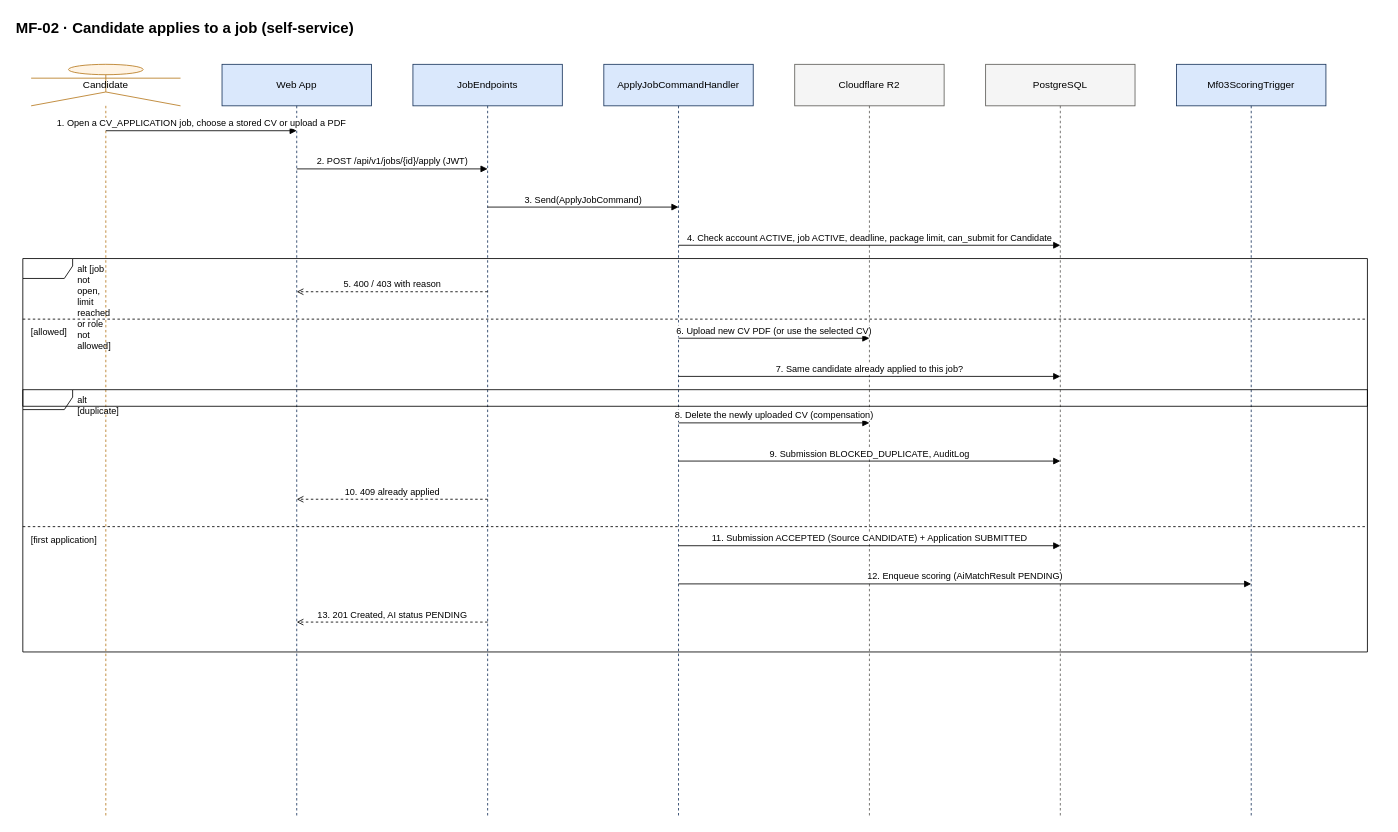
The draw.io diagram docs/diagrams/sequences/source/seq-mf02-candidate-apply.drawio in hoangqui794/hr-connect, before the edit. Source tidied: cells renumbered, new cells numbered last; positions are measured from the earlier drawing's top-left corner, leaving out a move shared by most shapes. Both pictures are drawn from the tidied source at 83%, with x=0, y=0 at pixel (14, 14).
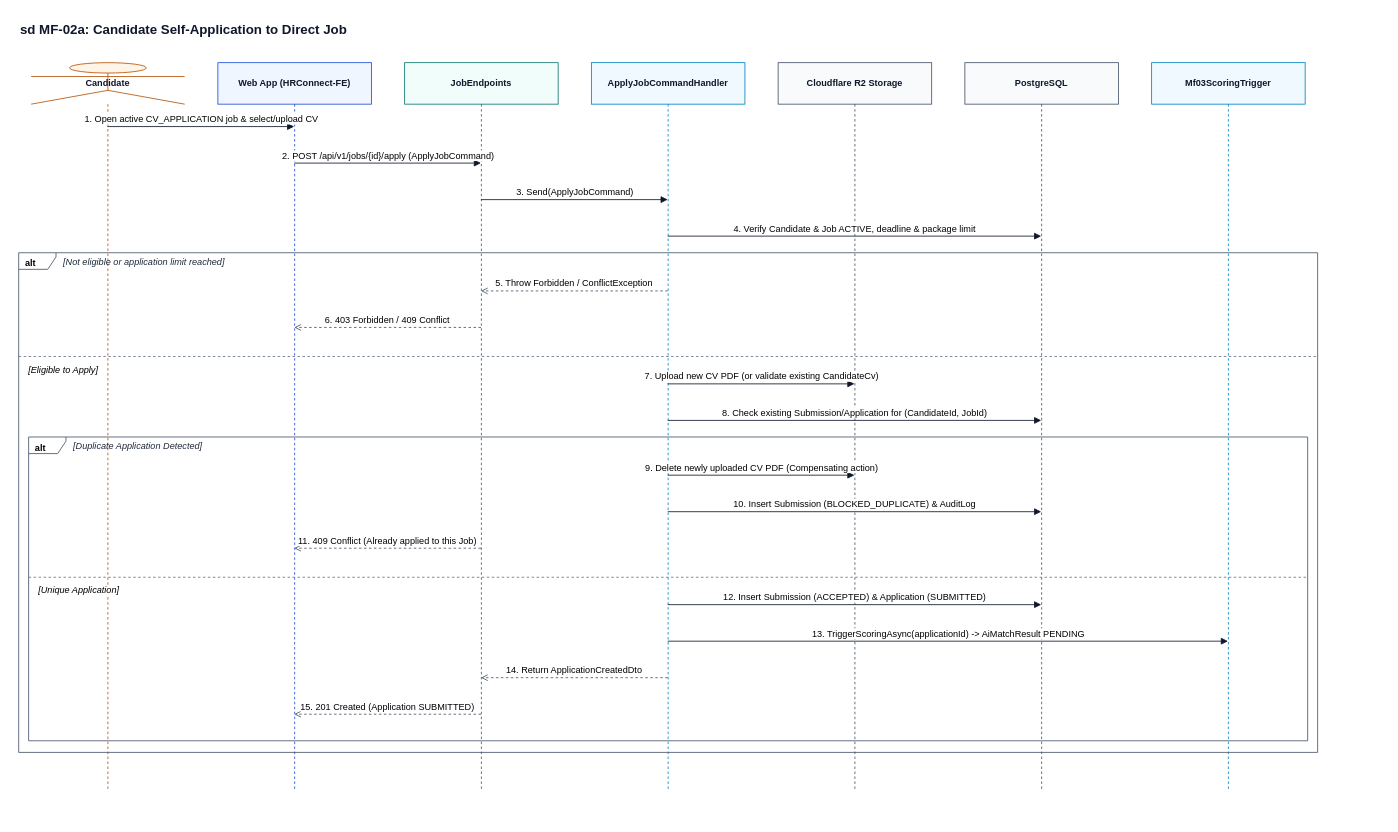
The same page after the edit.

What changed in the source:
```diff
@@
-    <mxCell id="2" value="MF-02 · Candidate applies to a job (self-service)" style="text;html=1;fontSize=18;fontStyle=1;align=left;" parent="1" vertex="1">
-      <mxGeometry width="1650" height="30" as="geometry" />
+    <mxCell id="2" value="sd MF-02a: Candidate Self-Application to Direct Job" style="text;html=1;fontSize=16;fontStyle=1;align=left;fontFamily=Helvetica;fontColor=#0F172A;" parent="1" vertex="1">
+      <mxGeometry x="5" y="2" width="1575" height="28" as="geometry" />
     </mxCell>
-    <mxCell id="3" value="Candidate" style="shape=umlLifeline;participant=umlActor;perimeter=lifelinePerimeter;whiteSpace=wrap;html=1;size=50;fillColor=#FFF4E5;strokeColor=#B7791F;" parent="1" vertex="1">
-      <mxGeometry x="20" y="60" width="180" height="908" as="geometry" />
+    <mxCell id="3" value="Candidate" style="shape=umlLifeline;participant=umlActor;perimeter=lifelinePerimeter;whiteSpace=wrap;html=1;size=50;fillColor=#FFF4E5;strokeColor=#B45309;fontStyle=1;fontSize=11;fontFamily=Helvetica;fontColor=#0F172A;" parent="1" vertex="1">
+      <mxGeometry x="20" y="58" width="185" height="877" as="geometry" />
     </mxCell>
-    <mxCell id="4" value="Web App" style="shape=umlLifeline;perimeter=lifelinePerimeter;whiteSpace=wrap;html=1;size=50;fillColor=#DAE8FC;strokeColor=#1B365D;" parent="1" vertex="1">
-      <mxGeometry x="250" y="60" width="180" height="908" as="geometry" />
+    <mxCell id="4" value="Web App (HRConnect-FE)" style="shape=umlLifeline;perimeter=lifelinePerimeter;whiteSpace=wrap;html=1;size=50;fillColor=#EFF6FF;strokeColor=#1D4ED8;fontStyle=1;fontSize=11;fontFamily=Helvetica;fontColor=#0F172A;" parent="1" vertex="1">
+      <mxGeometry x="245" y="58" width="185" height="877" as="geometry" />
     </mxCell>
-    <mxCell id="5" value="JobEndpoints" style="shape=umlLifeline;perimeter=lifelinePerimeter;whiteSpace=wrap;html=1;size=50;fillColor=#DAE8FC;strokeColor=#1B365D;" parent="1" vertex="1">
-      <mxGeometry x="480" y="60" width="180" height="908" as="geometry" />
+    <mxCell id="5" value="JobEndpoints" style="shape=umlLifeline;perimeter=lifelinePerimeter;whiteSpace=wrap;html=1;size=50;fillColor=#F0FDFA;strokeColor=#0F766E;fontStyle=1;fontSize=11;fontFamily=Helvetica;fontColor=#0F172A;" parent="1" vertex="1">
+      <mxGeometry x="470" y="58" width="185" height="877" as="geometry" />
     </mxCell>
-    <mxCell id="6" value="ApplyJobCommandHandler" style="shape=umlLifeline;perimeter=lifelinePerimeter;whiteSpace=wrap;html=1;size=50;fillColor=#DAE8FC;strokeColor=#1B365D;" parent="1" vertex="1">
-      <mxGeometry x="710" y="60" width="180" height="908" as="geometry" />
+    <mxCell id="6" value="ApplyJobCommandHandler" style="shape=umlLifeline;perimeter=lifelinePerimeter;whiteSpace=wrap;html=1;size=50;fillColor=#F0F9FF;strokeColor=#0284C7;fontStyle=1;fontSize=11;fontFamily=Helvetica;fontColor=#0F172A;" parent="1" vertex="1">
+      <mxGeometry x="695" y="58" width="185" height="877" as="geometry" />
     </mxCell>
-    <mxCell id="7" value="Cloudflare R2" style="shape=umlLifeline;perimeter=lifelinePerimeter;whiteSpace=wrap;html=1;size=50;fillColor=#F5F5F5;strokeColor=#5F5E5A;" parent="1" vertex="1">
-      <mxGeometry x="940" y="60" width="180" height="908" as="geometry" />
+    <mxCell id="7" value="Cloudflare R2 Storage" style="shape=umlLifeline;perimeter=lifelinePerimeter;whiteSpace=wrap;html=1;size=50;fillColor=#F8FAFC;strokeColor=#475569;fontStyle=1;fontSize=11;fontFamily=Helvetica;fontColor=#0F172A;" parent="1" vertex="1">
+      <mxGeometry x="920" y="58" width="185" height="877" as="geometry" />
     </mxCell>
-    <mxCell id="8" value="PostgreSQL" style="shape=umlLifeline;perimeter=lifelinePerimeter;whiteSpace=wrap;html=1;size=50;fillColor=#F5F5F5;strokeColor=#5F5E5A;" parent="1" vertex="1">
-      <mxGeometry x="1170" y="60" width="180" height="908" as="geometry" />
+    <mxCell id="8" value="PostgreSQL" style="shape=umlLifeline;perimeter=lifelinePerimeter;whiteSpace=wrap;html=1;size=50;fillColor=#F8FAFC;strokeColor=#475569;fontStyle=1;fontSize=11;fontFamily=Helvetica;fontColor=#0F172A;" parent="1" vertex="1">
+      <mxGeometry x="1145" y="58" width="185" height="877" as="geometry" />
     </mxCell>
-    <mxCell id="9" value="Mf03ScoringTrigger" style="shape=umlLifeline;perimeter=lifelinePerimeter;whiteSpace=wrap;html=1;size=50;fillColor=#DAE8FC;strokeColor=#1B365D;" parent="1" vertex="1">
-      <mxGeometry x="1400" y="60" width="180" height="908" as="geometry" />
+    <mxCell id="9" value="Mf03ScoringTrigger" style="shape=umlLifeline;perimeter=lifelinePerimeter;whiteSpace=wrap;html=1;size=50;fillColor=#F0F9FF;strokeColor=#0284C7;fontStyle=1;fontSize=11;fontFamily=Helvetica;fontColor=#0F172A;" parent="1" vertex="1">
+      <mxGeometry x="1370" y="58" width="185" height="877" as="geometry" />
     </mxCell>
-    <mxCell id="10" value="1. Open a CV_APPLICATION job, choose a stored CV or upload a PDF" style="html=1;verticalAlign=bottom;endArrow=block;endFill=1;fontSize=11;labelBackgroundColor=#FFFFFF;" parent="1" edge="1">
-      <mxGeometry relative="1" as="geometry">
-        <mxPoint x="110" y="140" as="sourcePoint" />
-        <mxPoint x="340" y="140" as="targetPoint" />
-      </mxGeometry>
-    </mxCell>
-    <mxCell id="11" value="2. POST /api/v1/jobs/{id}/apply (JWT)" style="html=1;verticalAlign=bottom;endArrow=block;endFill=1;fontSize=11;labelBackgroundColor=#FFFFFF;" parent="1" edge="1">
-      <mxGeometry relative="1" as="geometry">
-        <mxPoint x="340" y="186" as="sourcePoint" />
-        <mxPoint x="570" y="186" as="targetPoint" />
-      </mxGeometry>
-    </mxCell>
+    <mxCell id="27" value="alt" style="shape=umlFrame;whiteSpace=wrap;html=1;width=45;height=20;boundedLbl=1;verticalAlign=top;align=left;spacingLeft=6;fontStyle=1;fontSize=11;fontFamily=Helvetica;fillColor=none;strokeColor=#475569;" parent="1" vertex="1">
+      <mxGeometry x="5" y="287" width="1565" height="602" as="geometry" />
+    </mxCell>
+    <mxCell id="28" value="[Not eligible or application limit reached]" style="text;html=1;align=left;verticalAlign=middle;fontStyle=2;fontSize=11;fontFamily=Helvetica;fontColor=#1E293B;" parent="1" vertex="1">
+      <mxGeometry x="57" y="288" width="450" height="20" as="geometry" />
+    </mxCell>
+    <mxCell id="29" value="[Eligible to Apply]" style="line;strokeWidth=1;dashed=1;html=1;align=left;verticalAlign=top;spacingLeft=10;labelPosition=center;fontStyle=2;fontSize=11;fontFamily=Helvetica;fillColor=none;strokeColor=#64748B;labelBackgroundColor=#FFFFFF;" parent="1" vertex="1">
+      <mxGeometry x="5" y="407" width="1565" height="10" as="geometry" />
+    </mxCell>
+    <mxCell id="30" value="alt" style="shape=umlFrame;whiteSpace=wrap;html=1;width=45;height=20;boundedLbl=1;verticalAlign=top;align=left;spacingLeft=6;fontStyle=1;fontSize=11;fontFamily=Helvetica;fillColor=none;strokeColor=#475569;" parent="1" vertex="1">
+      <mxGeometry x="17" y="509" width="1541" height="366" as="geometry" />
+    </mxCell>
+    <mxCell id="31" value="[Duplicate Application Detected]" style="text;html=1;align=left;verticalAlign=middle;fontStyle=2;fontSize=11;fontFamily=Helvetica;fontColor=#1E293B;" parent="1" vertex="1">
+      <mxGeometry x="69" y="510" width="450" height="20" as="geometry" />
+    </mxCell>
+    <mxCell id="32" value="[Unique Application]" style="line;strokeWidth=1;dashed=1;html=1;align=left;verticalAlign=top;spacingLeft=10;labelPosition=center;fontStyle=2;fontSize=11;fontFamily=Helvetica;fillColor=none;strokeColor=#64748B;labelBackgroundColor=#FFFFFF;" parent="1" vertex="1">
+      <mxGeometry x="17" y="673" width="1541" height="10" as="geometry" />
+    </mxCell>
+    <mxCell id="33" value="1. Open active CV_APPLICATION job &amp; select/upload CV" style="html=1;verticalAlign=bottom;endArrow=block;endFill=1;strokeColor=#0F172A;fontSize=11;fontFamily=Helvetica;labelBackgroundColor=#FFFFFF;" parent="1" edge="1">
+      <mxGeometry relative="1" as="geometry">
+        <mxPoint x="112" y="135" as="sourcePoint" />
+        <mxPoint x="337" y="135" as="targetPoint" />
+      </mxGeometry>
+    </mxCell>
+    <mxCell id="34" value="2. POST /api/v1/jobs/{id}/apply (ApplyJobCommand)" style="html=1;verticalAlign=bottom;endArrow=block;endFill=1;strokeColor=#0F172A;fontSize=11;fontFamily=Helvetica;labelBackgroundColor=#FFFFFF;" parent="1" edge="1">
+      <mxGeometry relative="1" as="geometry">
+        <mxPoint x="337" y="179" as="sourcePoint" />
+        <mxPoint x="562" y="179" as="targetPoint" />
+      </mxGeometry>
+    </mxCell>
-    <mxCell id="12" value="3. Send(ApplyJobCommand)" style="html=1;verticalAlign=bottom;endArrow=block;endFill=1;fontSize=11;labelBackgroundColor=#FFFFFF;" parent="1" edge="1">
+    <mxCell id="12" value="3. Send(ApplyJobCommand)" style="html=1;verticalAlign=bottom;endArrow=block;endFill=1;strokeColor=#0F172A;fontSize=11;fontFamily=Helvetica;labelBackgroundColor=#FFFFFF;" parent="1" edge="1">
       <mxGeometry relative="1" as="geometry">
-        <mxPoint x="570" y="232" as="sourcePoint" />
-        <mxPoint x="800" y="232" as="targetPoint" />
+        <mxPoint x="562" y="223" as="sourcePoint" />
+        <mxPoint x="787" y="223" as="targetPoint" />
       </mxGeometry>
     </mxCell>
-    <mxCell id="13" value="4. Check account ACTIVE, job ACTIVE, deadline, package limit, can_submit for Candidate" style="html=1;verticalAlign=bottom;endArrow=block;endFill=1;fontSize=11;labelBackgroundColor=#FFFFFF;" parent="1" edge="1">
-      <mxGeometry relative="1" as="geometry">
-        <mxPoint x="800" y="278" as="sourcePoint" />
-        <mxPoint x="1260" y="278" as="targetPoint" />
-      </mxGeometry>
-    </mxCell>
-    <mxCell id="14" value="5. 400 / 403 with reason" style="html=1;verticalAlign=bottom;dashed=1;endArrow=open;fontSize=11;labelBackgroundColor=#FFFFFF;" parent="1" edge="1">
-      <mxGeometry relative="1" as="geometry">
-        <mxPoint x="570" y="334" as="sourcePoint" />
-        <mxPoint x="340" y="334" as="targetPoint" />
-      </mxGeometry>
-    </mxCell>
-    <mxCell id="15" value="6. Upload new CV PDF (or use the selected CV)" style="html=1;verticalAlign=bottom;endArrow=block;endFill=1;fontSize=11;labelBackgroundColor=#FFFFFF;" parent="1" edge="1">
-      <mxGeometry relative="1" as="geometry">
-        <mxPoint x="800" y="390" as="sourcePoint" />
-        <mxPoint x="1030" y="390" as="targetPoint" />
-      </mxGeometry>
-    </mxCell>
-    <mxCell id="16" value="7. Same candidate already applied to this job?" style="html=1;verticalAlign=bottom;endArrow=block;endFill=1;fontSize=11;labelBackgroundColor=#FFFFFF;" parent="1" edge="1">
-      <mxGeometry relative="1" as="geometry">
-        <mxPoint x="800" y="436" as="sourcePoint" />
-        <mxPoint x="1260" y="436" as="targetPoint" />
-      </mxGeometry>
-    </mxCell>
-    <mxCell id="17" value="alt [job not open, limit reached or role not allowed]" style="shape=umlFrame;whiteSpace=wrap;html=1;width=60;height=24;boundedLbl=1;verticalAlign=top;align=left;spacingLeft=64;fontSize=11;fillColor=none;" parent="1" vertex="1">
-      <mxGeometry x="10" y="294" width="1620" height="178" as="geometry" />
-    </mxCell>
-    <mxCell id="18" value="[allowed]" style="line;strokeWidth=1;dashed=1;html=1;align=left;verticalAlign=top;spacingLeft=8;labelPosition=center;fontSize=11;fillColor=none;" parent="1" vertex="1">
-      <mxGeometry x="10" y="362" width="1620" height="10" as="geometry" />
-    </mxCell>
-    <mxCell id="19" value="8. Delete the newly uploaded CV (compensation)" style="html=1;verticalAlign=bottom;endArrow=block;endFill=1;fontSize=11;labelBackgroundColor=#FFFFFF;" parent="1" edge="1">
-      <mxGeometry relative="1" as="geometry">
-        <mxPoint x="800" y="492" as="sourcePoint" />
-        <mxPoint x="1030" y="492" as="targetPoint" />
-      </mxGeometry>
-    </mxCell>
-    <mxCell id="20" value="9. Submission BLOCKED_DUPLICATE, AuditLog" style="html=1;verticalAlign=bottom;endArrow=block;endFill=1;fontSize=11;labelBackgroundColor=#FFFFFF;" parent="1" edge="1">
-      <mxGeometry relative="1" as="geometry">
-        <mxPoint x="800" y="538" as="sourcePoint" />
-        <mxPoint x="1260" y="538" as="targetPoint" />
-      </mxGeometry>
-    </mxCell>
-    <mxCell id="21" value="10. 409 already applied" style="html=1;verticalAlign=bottom;dashed=1;endArrow=open;fontSize=11;labelBackgroundColor=#FFFFFF;" parent="1" edge="1">
-      <mxGeometry relative="1" as="geometry">
-        <mxPoint x="570" y="584" as="sourcePoint" />
-        <mxPoint x="340" y="584" as="targetPoint" />
-      </mxGeometry>
-    </mxCell>
-    <mxCell id="22" value="11. Submission ACCEPTED (Source CANDIDATE) + Application SUBMITTED" style="html=1;verticalAlign=bottom;endArrow=block;endFill=1;fontSize=11;labelBackgroundColor=#FFFFFF;" parent="1" edge="1">
-      <mxGeometry relative="1" as="geometry">
-        <mxPoint x="800" y="640" as="sourcePoint" />
-        <mxPoint x="1260" y="640" as="targetPoint" />
-      </mxGeometry>
-    </mxCell>
-    <mxCell id="23" value="12. Enqueue scoring (AiMatchResult PENDING)" style="html=1;verticalAlign=bottom;endArrow=block;endFill=1;fontSize=11;labelBackgroundColor=#FFFFFF;" parent="1" edge="1">
-      <mxGeometry relative="1" as="geometry">
-        <mxPoint x="800" y="686" as="sourcePoint" />
-        <mxPoint x="1490" y="686" as="targetPoint" />
-      </mxGeometry>
-    </mxCell>
-    <mxCell id="24" value="13. 201 Created, AI status PENDING" style="html=1;verticalAlign=bottom;dashed=1;endArrow=open;fontSize=11;labelBackgroundColor=#FFFFFF;" parent="1" edge="1">
-      <mxGeometry relative="1" as="geometry">
-        <mxPoint x="570" y="732" as="sourcePoint" />
-        <mxPoint x="340" y="732" as="targetPoint" />
-      </mxGeometry>
-    </mxCell>
-    <mxCell id="25" value="alt [duplicate]" style="shape=umlFrame;whiteSpace=wrap;html=1;width=60;height=24;boundedLbl=1;verticalAlign=top;align=left;spacingLeft=64;fontSize=11;fillColor=none;" parent="1" vertex="1">
-      <mxGeometry x="10" y="452" width="1620" height="316" as="geometry" />
-    </mxCell>
-    <mxCell id="26" value="[first application]" style="line;strokeWidth=1;dashed=1;html=1;align=left;verticalAlign=top;spacingLeft=8;labelPosition=center;fontSize=11;fillColor=none;" parent="1" vertex="1">
-      <mxGeometry x="10" y="612" width="1620" height="10" as="geometry" />
-    </mxCell>
+    <mxCell id="35" value="4. Verify Candidate &amp; Job ACTIVE, deadline &amp; package limit" style="html=1;verticalAlign=bottom;endArrow=block;endFill=1;strokeColor=#0F172A;fontSize=11;fontFamily=Helvetica;labelBackgroundColor=#FFFFFF;" parent="1" edge="1">
+      <mxGeometry relative="1" as="geometry">
+        <mxPoint x="787" y="267" as="sourcePoint" />
+        <mxPoint x="1237" y="267" as="targetPoint" />
+      </mxGeometry>
+    </mxCell>
+    <mxCell id="36" value="5. Throw Forbidden / ConflictException" style="html=1;verticalAlign=bottom;dashed=1;endArrow=open;endFill=0;strokeColor=#475569;fontSize=11;fontFamily=Helvetica;labelBackgroundColor=#FFFFFF;" parent="1" edge="1">
+      <mxGeometry relative="1" as="geometry">
+        <mxPoint x="787" y="333" as="sourcePoint" />
+        <mxPoint x="562" y="333" as="targetPoint" />
+      </mxGeometry>
+    </mxCell>
+    <mxCell id="37" value="6. 403 Forbidden / 409 Conflict" style="html=1;verticalAlign=bottom;dashed=1;endArrow=open;endFill=0;strokeColor=#475569;fontSize=11;fontFamily=Helvetica;labelBackgroundColor=#FFFFFF;" parent="1" edge="1">
+      <mxGeometry relative="1" as="geometry">
+        <mxPoint x="562" y="377" as="sourcePoint" />
+        <mxPoint x="337" y="377" as="targetPoint" />
+      </mxGeometry>
+    </mxCell>
+    <mxCell id="38" value="7. Upload new CV PDF (or validate existing CandidateCv)" style="html=1;verticalAlign=bottom;endArrow=block;endFill=1;strokeColor=#0F172A;fontSize=11;fontFamily=Helvetica;labelBackgroundColor=#FFFFFF;" parent="1" edge="1">
+      <mxGeometry relative="1" as="geometry">
+        <mxPoint x="787" y="445" as="sourcePoint" />
+        <mxPoint x="1012" y="445" as="targetPoint" />
+      </mxGeometry>
+    </mxCell>
+    <mxCell id="39" value="8. Check existing Submission/Application for (CandidateId, JobId)" style="html=1;verticalAlign=bottom;endArrow=block;endFill=1;strokeColor=#0F172A;fontSize=11;fontFamily=Helvetica;labelBackgroundColor=#FFFFFF;" parent="1" edge="1">
+      <mxGeometry relative="1" as="geometry">
+        <mxPoint x="787" y="489" as="sourcePoint" />
+        <mxPoint x="1237" y="489" as="targetPoint" />
+      </mxGeometry>
+    </mxCell>
+    <mxCell id="40" value="9. Delete newly uploaded CV PDF (Compensating action)" style="html=1;verticalAlign=bottom;endArrow=block;endFill=1;strokeColor=#0F172A;fontSize=11;fontFamily=Helvetica;labelBackgroundColor=#FFFFFF;" parent="1" edge="1">
+      <mxGeometry relative="1" as="geometry">
+        <mxPoint x="787" y="555" as="sourcePoint" />
+        <mxPoint x="1012" y="555" as="targetPoint" />
+      </mxGeometry>
+    </mxCell>
+    <mxCell id="41" value="10. Insert Submission (BLOCKED_DUPLICATE) &amp; AuditLog" style="html=1;verticalAlign=bottom;endArrow=block;endFill=1;strokeColor=#0F172A;fontSize=11;fontFamily=Helvetica;labelBackgroundColor=#FFFFFF;" parent="1" edge="1">
+      <mxGeometry relative="1" as="geometry">
+        <mxPoint x="787" y="599" as="sourcePoint" />
+        <mxPoint x="1237" y="599" as="targetPoint" />
+      </mxGeometry>
+    </mxCell>
+    <mxCell id="42" value="11. 409 Conflict (Already applied to this Job)" style="html=1;verticalAlign=bottom;dashed=1;endArrow=open;endFill=0;strokeColor=#475569;fontSize=11;fontFamily=Helvetica;labelBackgroundColor=#FFFFFF;" parent="1" edge="1">
+      <mxGeometry relative="1" as="geometry">
+        <mxPoint x="562" y="643" as="sourcePoint" />
+        <mxPoint x="337" y="643" as="targetPoint" />
+      </mxGeometry>
+    </mxCell>
+    <mxCell id="43" value="12. Insert Submission (ACCEPTED) &amp; Application (SUBMITTED)" style="html=1;verticalAlign=bottom;endArrow=block;endFill=1;strokeColor=#0F172A;fontSize=11;fontFamily=Helvetica;labelBackgroundColor=#FFFFFF;" parent="1" edge="1">
+      <mxGeometry relative="1" as="geometry">
+        <mxPoint x="787" y="711" as="sourcePoint" />
+        <mxPoint x="1237" y="711" as="targetPoint" />
+      </mxGeometry>
+    </mxCell>
+    <mxCell id="44" value="13. TriggerScoringAsync(applicationId) -&gt; AiMatchResult PENDING" style="html=1;verticalAlign=bottom;endArrow=block;endFill=1;strokeColor=#0F172A;fontSize=11;fontFamily=Helvetica;labelBackgroundColor=#FFFFFF;" parent="1" edge="1">
+      <mxGeometry relative="1" as="geometry">
+        <mxPoint x="787" y="755" as="sourcePoint" />
+        <mxPoint x="1462" y="755" as="targetPoint" />
+      </mxGeometry>
+    </mxCell>
+    <mxCell id="45" value="14. Return ApplicationCreatedDto" style="html=1;verticalAlign=bottom;dashed=1;endArrow=open;endFill=0;strokeColor=#475569;fontSize=11;fontFamily=Helvetica;labelBackgroundColor=#FFFFFF;" parent="1" edge="1">
+      <mxGeometry relative="1" as="geometry">
+        <mxPoint x="787" y="799" as="sourcePoint" />
+        <mxPoint x="562" y="799" as="targetPoint" />
+      </mxGeometry>
+    </mxCell>
+    <mxCell id="46" value="15. 201 Created (Application SUBMITTED)" style="html=1;verticalAlign=bottom;dashed=1;endArrow=open;endFill=0;strokeColor=#475569;fontSize=11;fontFamily=Helvetica;labelBackgroundColor=#FFFFFF;" parent="1" edge="1">
+      <mxGeometry relative="1" as="geometry">
+        <mxPoint x="562" y="843" as="sourcePoint" />
+        <mxPoint x="337" y="843" as="targetPoint" />
+      </mxGeometry>
+    </mxCell>
```
